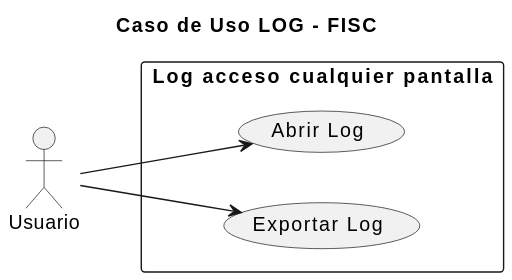
Above: imagenes/casosDeUso/CasoUsoLog.svg in mmasias/23-24-IdSw1-SDR (PlantUML), before the change.
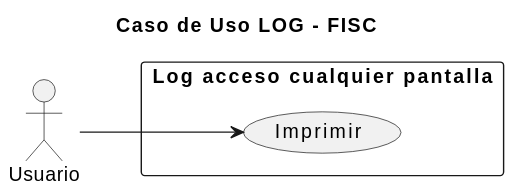
The same file after the commit.

What changed in the source:
```diff
@@ -7,10 +7,8 @@
 
 
 rectangle "Log acceso cualquier pantalla" {
-    usecase "Abrir Log" as log
-    usecase "Exportar Log" as exlog
+    usecase "Imprimir" as log
 }
 
 user --> log
-user --> exlog
 @enduml
```
